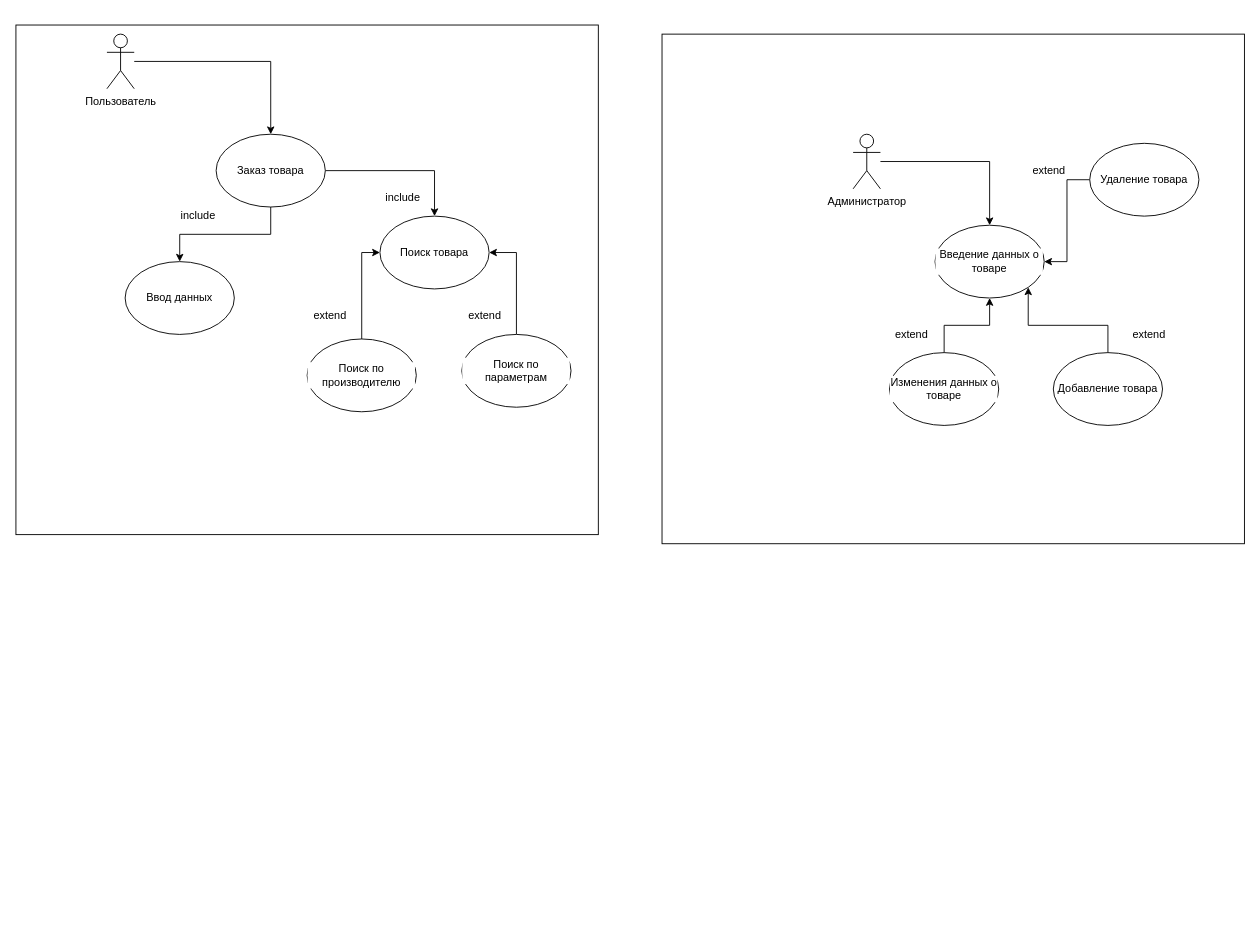
Before: RGR/PZ_files/case_check.drawio in MARSHAL327/EMEX_online-market_RGR, a draw.io diagram. Source tidied: cells renumbered, new cells numbered last; positions are measured from the earlier drawing's top-left corner, leaving out a move shared by most shapes. Both pictures are drawn from the tidied source at 91%, with x=0, y=0 at pixel (15, 25).
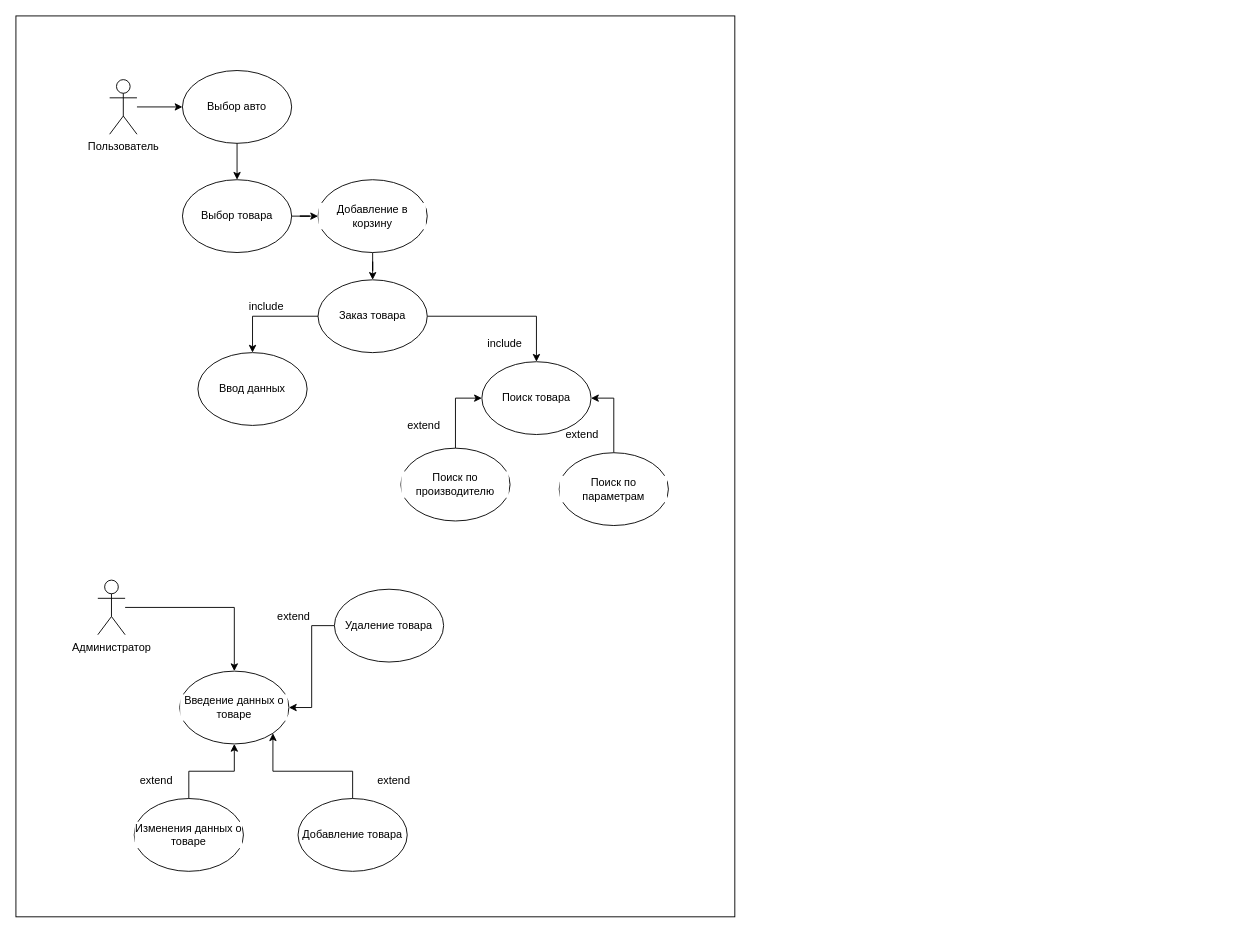
Above is the later version.

Change to the diagram source:
```diff
@@
+    <mxCell id="29" style="rounded=0;whiteSpace=wrap;html=1;labelBackgroundColor=none;noLabel=1;fontColor=none;verticalAlign=bottom;fillColor=none;" parent="1" vertex="1">
+      <mxGeometry y="-10" width="790" height="990" as="geometry" />
+    </mxCell>
-    <mxCell id="2" style="edgeStyle=orthogonalEdgeStyle;rounded=0;jettySize=auto;html=1;fontColor=#000000;" parent="1" edge="1" source="3" target="6">
+    <mxCell id="2" style="edgeStyle=orthogonalEdgeStyle;rounded=0;jettySize=auto;html=1;fontColor=#000000;" parent="1" edge="1" source="35" target="6">
       <mxGeometry relative="1" as="geometry" />
     </mxCell>
     <mxCell id="3" value="Пользователь&lt;br&gt;" style="shape=umlActor;verticalLabelPosition=bottom;verticalAlign=top;html=1;outlineConnect=0;" parent="1" vertex="1">
-      <mxGeometry x="100" y="10" width="30" height="60" as="geometry" />
+      <mxGeometry x="103" y="60" width="30" height="60" as="geometry" />
     </mxCell>
@@
     <mxCell id="6" value="Заказ товара&lt;br&gt;" style="ellipse;whiteSpace=wrap;html=1;labelBackgroundColor=#ffffff;fontColor=#000000;" parent="1" vertex="1">
-      <mxGeometry x="220" y="120" width="120" height="80" as="geometry" />
+      <mxGeometry x="332" y="280" width="120" height="80" as="geometry" />
     </mxCell>
     <mxCell id="7" value="Ввод данных&lt;br&gt;" style="ellipse;whiteSpace=wrap;html=1;labelBackgroundColor=#ffffff;fontColor=#000000;" parent="1" vertex="1">
-      <mxGeometry x="120" y="260" width="120" height="80" as="geometry" />
+      <mxGeometry x="200" y="360" width="120" height="80" as="geometry" />
     </mxCell>
     <mxCell id="8" value="Поиск товара&lt;br&gt;" style="ellipse;whiteSpace=wrap;html=1;labelBackgroundColor=#ffffff;fontColor=#000000;" parent="1" vertex="1">
-      <mxGeometry x="400" y="210" width="120" height="80" as="geometry" />
+      <mxGeometry x="512" y="370" width="120" height="80" as="geometry" />
     </mxCell>
@@
     <mxCell id="10" value="Поиск по производителю&lt;br&gt;" style="ellipse;whiteSpace=wrap;html=1;labelBackgroundColor=#ffffff;fontColor=#000000;" parent="1" vertex="1">
-      <mxGeometry x="320" y="345" width="120" height="80" as="geometry" />
+      <mxGeometry x="423" y="465" width="120" height="80" as="geometry" />
     </mxCell>
@@
     <mxCell id="12" value="Поиск по параметрам&lt;br&gt;" style="ellipse;whiteSpace=wrap;html=1;labelBackgroundColor=#ffffff;fontColor=#000000;" parent="1" vertex="1">
-      <mxGeometry x="490" y="340" width="120" height="80" as="geometry" />
+      <mxGeometry x="597" y="470" width="120" height="80" as="geometry" />
     </mxCell>
     <mxCell id="13" value="include" style="text;html=1;align=center;verticalAlign=middle;strokeColor=none;fontColor=#000000;" parent="1" vertex="1">
-      <mxGeometry x="175" y="200" width="50" height="20" as="geometry" />
+      <mxGeometry x="250" y="300" width="50" height="20" as="geometry" />
     </mxCell>
     <mxCell id="14" value="include" style="text;html=1;align=center;verticalAlign=middle;strokeColor=none;fontColor=#000000;" parent="1" vertex="1">
-      <mxGeometry x="400" y="180" width="50" height="20" as="geometry" />
+      <mxGeometry x="512" y="340" width="50" height="20" as="geometry" />
     </mxCell>
     <mxCell id="15" value="extend&lt;br&gt;" style="text;html=1;align=center;verticalAlign=middle;strokeColor=none;fontColor=#000000;" parent="1" vertex="1">
-      <mxGeometry x="320" y="310" width="50" height="20" as="geometry" />
+      <mxGeometry x="423" y="430" width="50" height="20" as="geometry" />
     </mxCell>
     <mxCell id="16" value="extend&lt;br&gt;" style="text;html=1;align=center;verticalAlign=middle;strokeColor=none;fontColor=#000000;" parent="1" vertex="1">
-      <mxGeometry x="490" y="310" width="50" height="20" as="geometry" />
+      <mxGeometry x="597" y="440" width="50" height="20" as="geometry" />
     </mxCell>
@@
     <mxCell id="18" value="Администратор&lt;br&gt;" style="shape=umlActor;verticalLabelPosition=bottom;verticalAlign=top;html=1;outlineConnect=0;labelBackgroundColor=#ffffff;fontColor=#000000;" parent="1" vertex="1">
-      <mxGeometry x="920" y="120" width="30" height="60" as="geometry" />
+      <mxGeometry x="90" y="610" width="30" height="60" as="geometry" />
     </mxCell>
     <mxCell id="19" value="Введение данных о товаре&lt;br&gt;" style="ellipse;whiteSpace=wrap;html=1;labelBackgroundColor=#ffffff;fontColor=#000000;" parent="1" vertex="1">
-      <mxGeometry x="1010" y="220" width="120" height="80" as="geometry" />
+      <mxGeometry x="180" y="710" width="120" height="80" as="geometry" />
     </mxCell>
@@
     <mxCell id="21" value="Добавление товара&lt;br&gt;" style="ellipse;whiteSpace=wrap;html=1;labelBackgroundColor=#ffffff;fontColor=#000000;" parent="1" vertex="1">
-      <mxGeometry x="1140" y="360" width="120" height="80" as="geometry" />
+      <mxGeometry x="310" y="850" width="120" height="80" as="geometry" />
     </mxCell>
@@
     <mxCell id="23" value="Изменения данных о товаре&lt;br&gt;" style="ellipse;whiteSpace=wrap;html=1;labelBackgroundColor=#ffffff;fontColor=#000000;" parent="1" vertex="1">
-      <mxGeometry x="960" y="360" width="120" height="80" as="geometry" />
+      <mxGeometry x="130" y="850" width="120" height="80" as="geometry" />
     </mxCell>
@@
     <mxCell id="25" value="Удаление товара&lt;br&gt;" style="ellipse;whiteSpace=wrap;html=1;labelBackgroundColor=#ffffff;fontColor=#000000;" parent="1" vertex="1">
-      <mxGeometry x="1180" y="130" width="120" height="80" as="geometry" />
+      <mxGeometry x="350" y="620" width="120" height="80" as="geometry" />
     </mxCell>
     <mxCell id="26" value="extend&lt;br&gt;" style="text;html=1;align=center;verticalAlign=middle;strokeColor=none;fontColor=#000000;" parent="1" vertex="1">
-      <mxGeometry x="959" y="330" width="50" height="20" as="geometry" />
+      <mxGeometry x="129" y="820" width="50" height="20" as="geometry" />
     </mxCell>
     <mxCell id="27" value="extend&lt;br&gt;" style="text;html=1;align=center;verticalAlign=middle;strokeColor=none;fontColor=#000000;" parent="1" vertex="1">
-      <mxGeometry x="1220" y="330" width="50" height="20" as="geometry" />
+      <mxGeometry x="390" y="820" width="50" height="20" as="geometry" />
     </mxCell>
     <mxCell id="28" value="extend&lt;br&gt;" style="text;html=1;align=center;verticalAlign=middle;strokeColor=none;fontColor=#000000;" parent="1" vertex="1">
-      <mxGeometry x="1110" y="150" width="50" height="20" as="geometry" />
+      <mxGeometry x="280" y="640" width="50" height="20" as="geometry" />
     </mxCell>
-    <mxCell id="29" style="rounded=0;whiteSpace=wrap;html=1;labelBackgroundColor=none;noLabel=1;fontColor=none;verticalAlign=bottom;fillColor=none;" parent="1" vertex="1">
-      <mxGeometry width="640" height="560" as="geometry" />
-    </mxCell>
-    <mxCell id="30" style="rounded=0;whiteSpace=wrap;html=1;labelBackgroundColor=none;noLabel=1;fontColor=none;verticalAlign=bottom;fillColor=none;" parent="1" vertex="1">
-      <mxGeometry x="710" y="10" width="640" height="560" as="geometry" />
-    </mxCell>
+    <mxCell id="31" value="Выбор авто" style="ellipse;whiteSpace=wrap;html=1;labelBackgroundColor=#ffffff;fontColor=#000000;" parent="1" vertex="1">
+      <mxGeometry x="183" y="50" width="120" height="80" as="geometry" />
+    </mxCell>
+    <mxCell id="32" style="edgeStyle=orthogonalEdgeStyle;rounded=0;jettySize=auto;html=1;fontColor=#000000;" parent="1" edge="1" source="3" target="31">
+      <mxGeometry relative="1" as="geometry" />
+    </mxCell>
+    <mxCell id="33" value="Выбор товара" style="ellipse;whiteSpace=wrap;html=1;labelBackgroundColor=#ffffff;fontColor=#000000;" parent="1" vertex="1">
+      <mxGeometry x="183" y="170" width="120" height="80" as="geometry" />
+    </mxCell>
+    <mxCell id="34" style="edgeStyle=orthogonalEdgeStyle;rounded=0;jettySize=auto;html=1;fontColor=#000000;" parent="1" edge="1" source="31" target="33">
+      <mxGeometry relative="1" as="geometry" />
+    </mxCell>
+    <mxCell id="35" value="Добавление в корзину" style="ellipse;whiteSpace=wrap;html=1;labelBackgroundColor=#ffffff;fontColor=#000000;" parent="1" vertex="1">
+      <mxGeometry x="332" y="170" width="120" height="80" as="geometry" />
+    </mxCell>
+    <mxCell id="36" style="edgeStyle=orthogonalEdgeStyle;rounded=0;jettySize=auto;html=1;fontColor=#000000;" parent="1" edge="1" source="33" target="35">
+      <mxGeometry relative="1" as="geometry" />
+    </mxCell>
```
